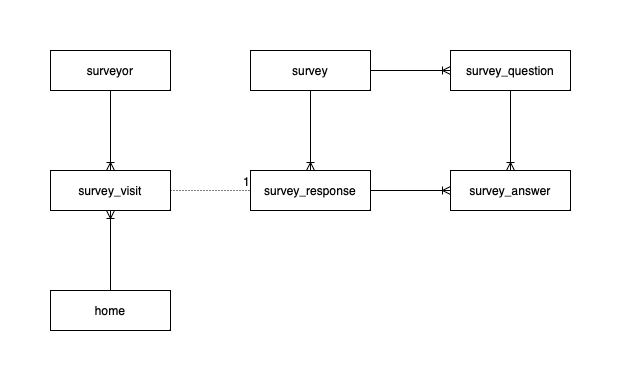
Above: backend/docs/figures/data-model.drawio.png in codeforboston/urban-league-heat-pump-accelerator (draw.io), before the change. Source tidied: cells renumbered, new cells last; positions are measured from the earlier drawing's top-left corner, leaving out a move shared by most shapes. Source of this version:
```xml
<mxGraphModel>
  <root>
    <mxCell id="0" />
    <mxCell id="1" parent="0" />
    <mxCell id="2" value="survey" style="whiteSpace=wrap;html=1;align=center;" parent="1" vertex="1">
      <mxGeometry x="200" width="120" height="40" as="geometry" />
    </mxCell>
    <mxCell id="3" value="survey_question" style="whiteSpace=wrap;html=1;align=center;" parent="1" vertex="1">
      <mxGeometry x="400" width="120" height="40" as="geometry" />
    </mxCell>
    <mxCell id="4" value="survey_visit" style="whiteSpace=wrap;html=1;align=center;" parent="1" vertex="1">
      <mxGeometry y="120" width="120" height="40" as="geometry" />
    </mxCell>
    <mxCell id="5" style="edgeStyle=orthogonalEdgeStyle;rounded=0;jettySize=auto;html=1;entryX=0.5;entryY=1;entryDx=0;entryDy=0;strokeColor=default;endArrow=ERoneToMany;endFill=0;exitX=0.5;exitY=0;exitDx=0;exitDy=0;" parent="1" edge="1" source="16" target="4">
      <mxGeometry relative="1" as="geometry" />
    </mxCell>
    <mxCell id="6" value="survey_response" style="whiteSpace=wrap;html=1;align=center;" parent="1" vertex="1">
      <mxGeometry x="200" y="120" width="120" height="40" as="geometry" />
    </mxCell>
    <mxCell id="7" style="edgeStyle=orthogonalEdgeStyle;rounded=0;jettySize=auto;html=1;exitX=1;exitY=0.5;exitDx=0;exitDy=0;entryX=0;entryY=0.5;entryDx=0;entryDy=0;strokeColor=default;endArrow=ERoneToMany;endFill=0;" parent="1" edge="1" source="2" target="3">
      <mxGeometry relative="1" as="geometry" />
    </mxCell>
    <mxCell id="8" value="survey_answer" style="whiteSpace=wrap;html=1;align=center;" parent="1" vertex="1">
      <mxGeometry x="400" y="120" width="120" height="40" as="geometry" />
    </mxCell>
    <mxCell id="9" style="edgeStyle=orthogonalEdgeStyle;rounded=0;jettySize=auto;html=1;exitX=0.5;exitY=1;exitDx=0;exitDy=0;strokeColor=default;endArrow=ERoneToMany;endFill=0;entryX=0.5;entryY=0;entryDx=0;entryDy=0;" parent="1" edge="1" source="3" target="8">
      <mxGeometry relative="1" as="geometry" />
    </mxCell>
    <mxCell id="10" style="edgeStyle=orthogonalEdgeStyle;rounded=0;jettySize=auto;html=1;exitX=1;exitY=0.5;exitDx=0;exitDy=0;strokeColor=default;endArrow=ERoneToMany;endFill=0;entryX=0;entryY=0.5;entryDx=0;entryDy=0;" parent="1" edge="1" source="6" target="8">
      <mxGeometry relative="1" as="geometry" />
    </mxCell>
    <mxCell id="11" value="surveyor" style="whiteSpace=wrap;html=1;align=center;" parent="1" vertex="1">
      <mxGeometry width="120" height="40" as="geometry" />
    </mxCell>
    <mxCell id="12" style="edgeStyle=orthogonalEdgeStyle;rounded=0;jettySize=auto;html=1;exitX=0.5;exitY=1;exitDx=0;exitDy=0;entryX=0.5;entryY=0;entryDx=0;entryDy=0;strokeColor=default;endArrow=ERoneToMany;endFill=0;" parent="1" edge="1" source="11" target="4">
      <mxGeometry relative="1" as="geometry" />
    </mxCell>
    <mxCell id="13" style="edgeStyle=orthogonalEdgeStyle;rounded=0;jettySize=auto;html=1;exitX=0.5;exitY=1;exitDx=0;exitDy=0;strokeColor=default;endArrow=ERoneToMany;endFill=0;entryX=0.5;entryY=0;entryDx=0;entryDy=0;" parent="1" edge="1" source="2" target="6">
      <mxGeometry relative="1" as="geometry" />
    </mxCell>
    <mxCell id="14" style="endArrow=none;html=1;rounded=0;dashed=1;dashPattern=1 2;strokeColor=default;exitX=1;exitY=0.5;exitDx=0;exitDy=0;entryX=0;entryY=0.5;entryDx=0;entryDy=0;" parent="1" edge="1" source="4" target="6">
      <mxGeometry relative="1" as="geometry" />
    </mxCell>
    <mxCell id="15" value="1" style="html=1;align=right;verticalAlign=bottom;" parent="14" vertex="1">
      <mxGeometry x="1" relative="1" as="geometry" />
    </mxCell>
    <mxCell id="16" value="home" style="whiteSpace=wrap;html=1;align=center;" parent="1" vertex="1">
      <mxGeometry y="240" width="120" height="40" as="geometry" />
    </mxCell>
  </root>
</mxGraphModel>
```
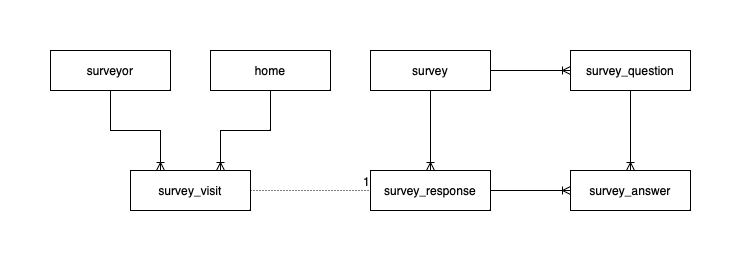
Above is the later version.

Commit message:
Update diagram layout

Diff of the diagram source:
```diff
@@ -9,9 +9,9 @@
       <mxGeometry x="400" width="120" height="40" as="geometry" />
     </mxCell>
     <mxCell id="4" value="survey_visit" style="whiteSpace=wrap;html=1;align=center;" parent="1" vertex="1">
-      <mxGeometry y="120" width="120" height="40" as="geometry" />
+      <mxGeometry x="-40" y="120" width="120" height="40" as="geometry" />
     </mxCell>
-    <mxCell id="5" style="edgeStyle=orthogonalEdgeStyle;rounded=0;jettySize=auto;html=1;entryX=0.5;entryY=1;entryDx=0;entryDy=0;strokeColor=default;endArrow=ERoneToMany;endFill=0;exitX=0.5;exitY=0;exitDx=0;exitDy=0;" parent="1" edge="1" source="16" target="4">
+    <mxCell id="5" style="edgeStyle=orthogonalEdgeStyle;rounded=0;jettySize=auto;html=1;entryX=0.75;entryY=0;entryDx=0;entryDy=0;strokeColor=default;endArrow=ERoneToMany;endFill=0;exitX=0.5;exitY=1;exitDx=0;exitDy=0;" parent="1" edge="1" source="16" target="4">
       <mxGeometry relative="1" as="geometry" />
     </mxCell>
     <mxCell id="6" value="survey_response" style="whiteSpace=wrap;html=1;align=center;" parent="1" vertex="1">
@@ -30,9 +30,9 @@
       <mxGeometry relative="1" as="geometry" />
     </mxCell>
     <mxCell id="11" value="surveyor" style="whiteSpace=wrap;html=1;align=center;" parent="1" vertex="1">
-      <mxGeometry width="120" height="40" as="geometry" />
+      <mxGeometry x="-120" width="120" height="40" as="geometry" />
     </mxCell>
-    <mxCell id="12" style="edgeStyle=orthogonalEdgeStyle;rounded=0;jettySize=auto;html=1;exitX=0.5;exitY=1;exitDx=0;exitDy=0;entryX=0.5;entryY=0;entryDx=0;entryDy=0;strokeColor=default;endArrow=ERoneToMany;endFill=0;" parent="1" edge="1" source="11" target="4">
+    <mxCell id="12" style="edgeStyle=orthogonalEdgeStyle;rounded=0;jettySize=auto;html=1;exitX=0.5;exitY=1;exitDx=0;exitDy=0;entryX=0.25;entryY=0;entryDx=0;entryDy=0;strokeColor=default;endArrow=ERoneToMany;endFill=0;" parent="1" edge="1" source="11" target="4">
       <mxGeometry relative="1" as="geometry" />
     </mxCell>
     <mxCell id="13" style="edgeStyle=orthogonalEdgeStyle;rounded=0;jettySize=auto;html=1;exitX=0.5;exitY=1;exitDx=0;exitDy=0;strokeColor=default;endArrow=ERoneToMany;endFill=0;entryX=0.5;entryY=0;entryDx=0;entryDy=0;" parent="1" edge="1" source="2" target="6">
@@ -45,7 +45,7 @@
       <mxGeometry x="1" relative="1" as="geometry" />
     </mxCell>
     <mxCell id="16" value="home" style="whiteSpace=wrap;html=1;align=center;" parent="1" vertex="1">
-      <mxGeometry y="240" width="120" height="40" as="geometry" />
+      <mxGeometry x="40" width="120" height="40" as="geometry" />
     </mxCell>
   </root>
 </mxGraphModel>
```
